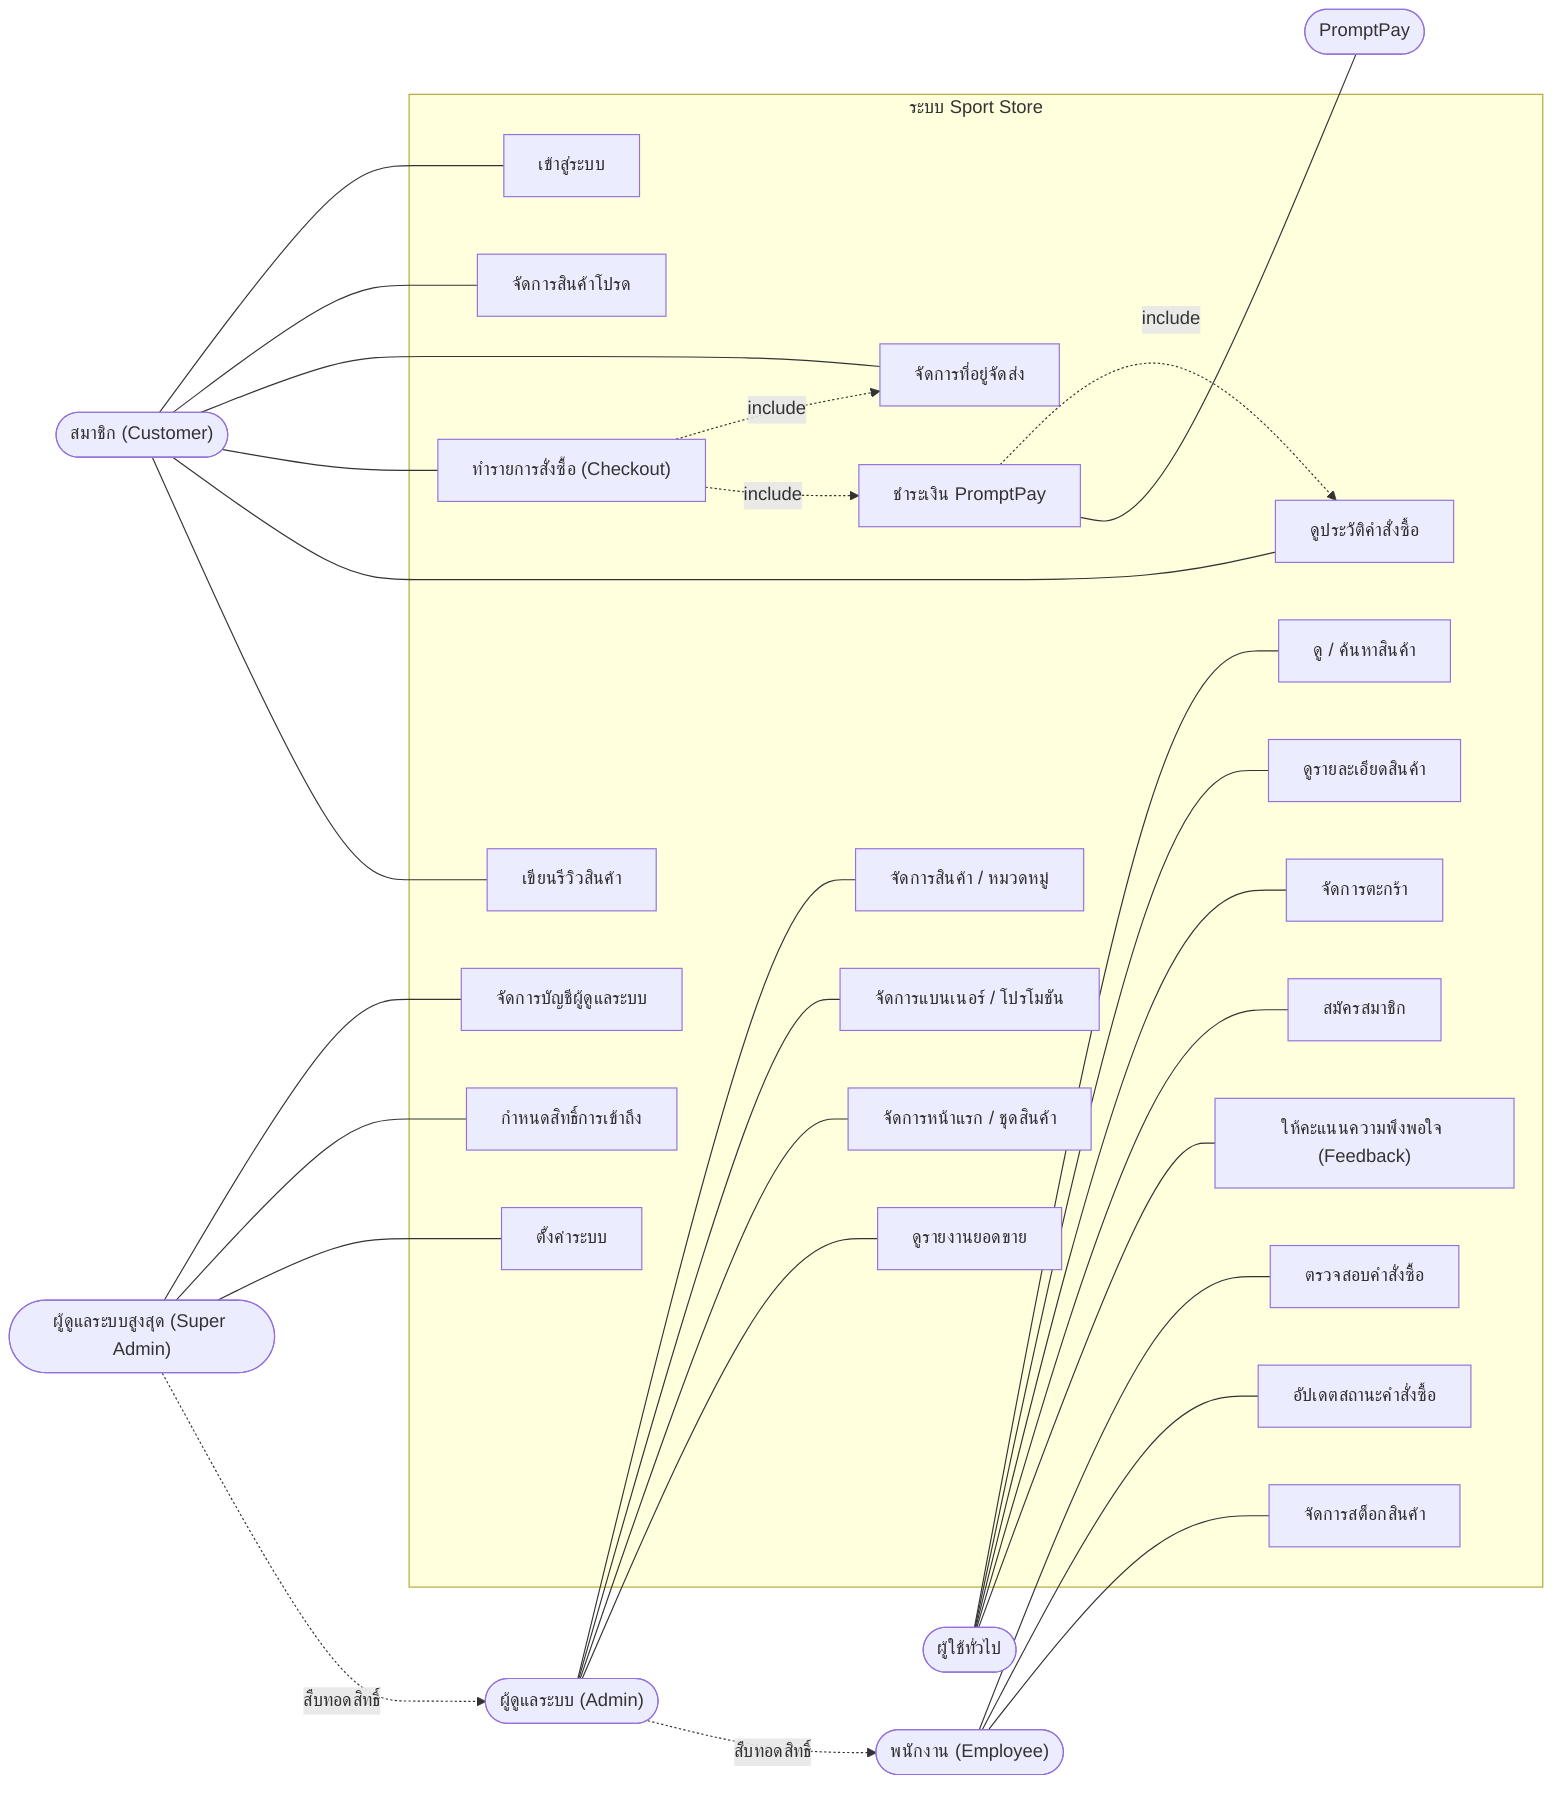
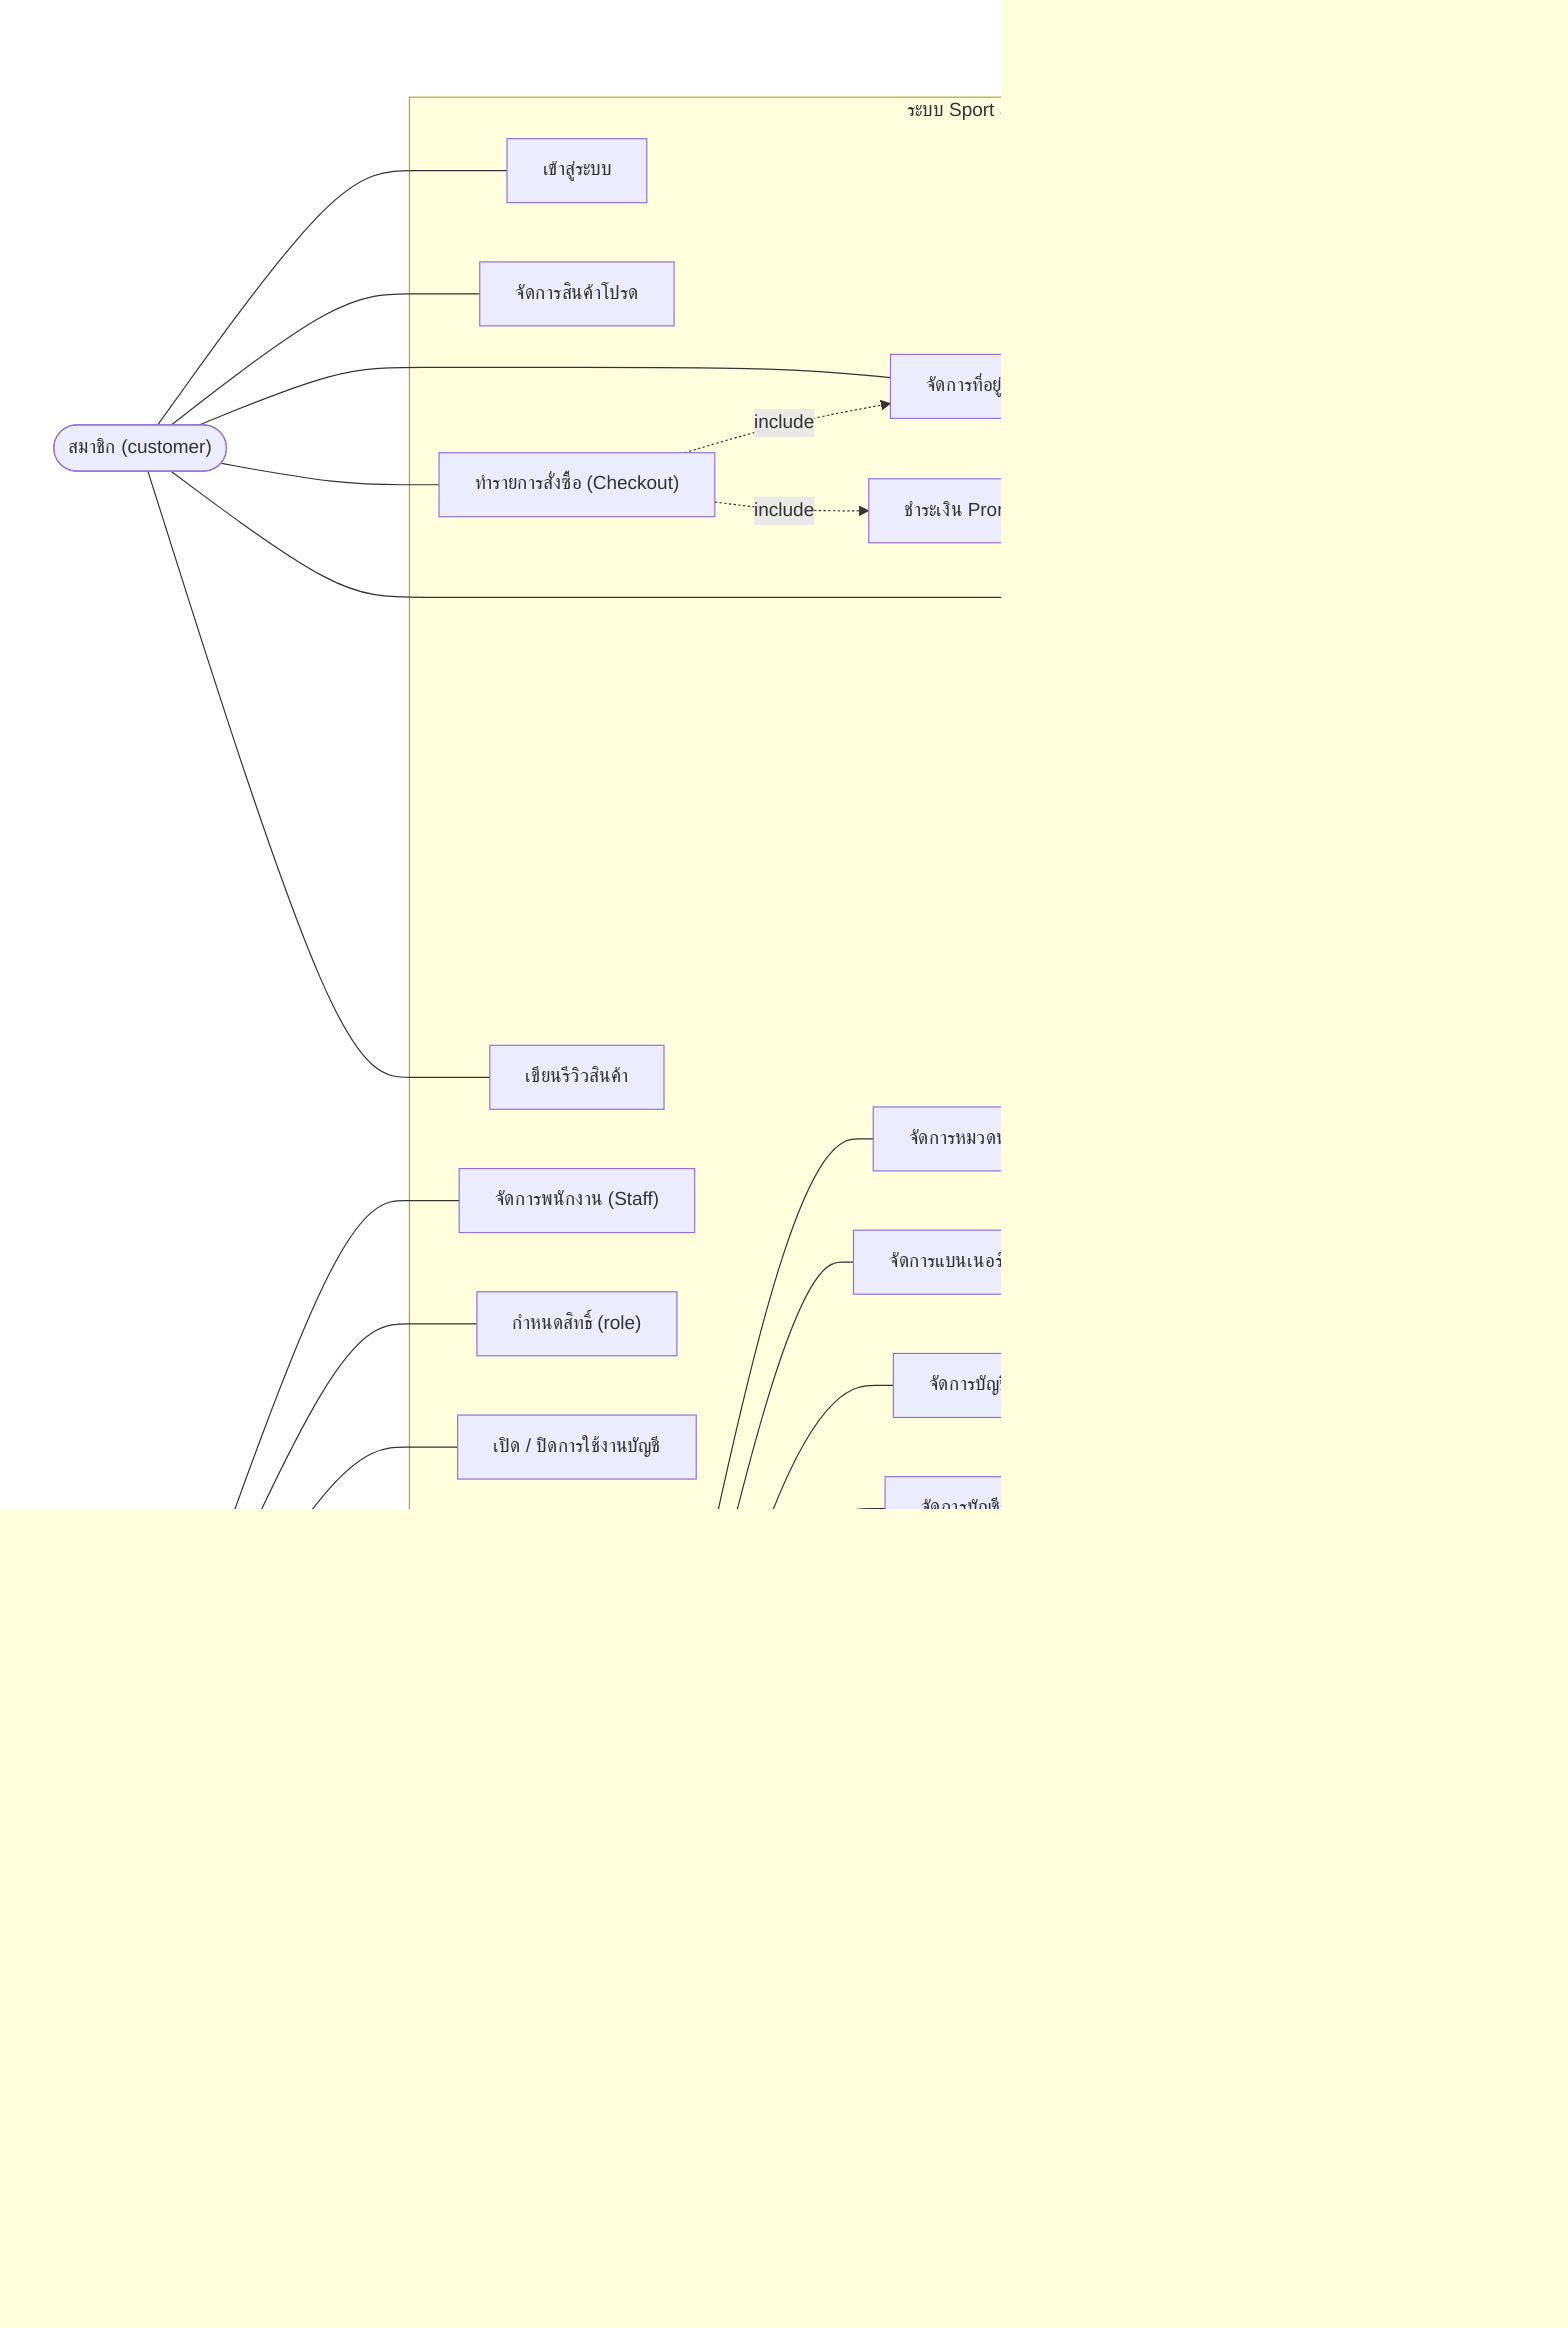
flowchart LR
    Guest(["ผู้ใช้ทั่วไป"])
-     Member(["สมาชิก (Customer)"])
-     Emp(["พนักงาน (Employee)"])
-     Admin(["ผู้ดูแลระบบ (Admin)"])
-     SAdmin(["ผู้ดูแลระบบสูงสุด (Super Admin)"])
+     Member(["สมาชิก (customer)"])
+     Reseller(["ตัวแทนจำหน่าย (reseller)"])
+     Manager(["ผู้จัดการ (manager)"])
+     SAdmin(["ผู้ดูแลระบบสูงสุด (superadmin)"])
    PP(["PromptPay"])

    subgraph SYS["ระบบ Sport Store"]
        UC1["ดู / ค้นหาสินค้า"]
        UC2["ดูรายละเอียดสินค้า"]
        UC3["จัดการตะกร้า"]
        UC4["สมัครสมาชิก"]
        UC5["เข้าสู่ระบบ"]
        UC6["จัดการสินค้าโปรด"]
        UC7["จัดการที่อยู่จัดส่ง"]
        UC8["ทำรายการสั่งซื้อ (Checkout)"]
        UC9["ชำระเงิน PromptPay"]
        UC10["ดูประวัติคำสั่งซื้อ"]
        UC11["เขียนรีวิวสินค้า"]
-         UC12["ตรวจสอบคำสั่งซื้อ"]
-         UC13["อัปเดตสถานะคำสั่งซื้อ"]
-         UC14["จัดการสต็อกสินค้า"]
-         UC15["จัดการสินค้า / หมวดหมู่"]
-         UC16["จัดการแบนเนอร์ / โปรโมชัน"]
-         UC17["จัดการหน้าแรก / ชุดสินค้า"]
-         UC18["ดูรายงานยอดขาย"]
-         UC19["จัดการบัญชีผู้ดูแลระบบ"]
-         UC20["กำหนดสิทธิ์การเข้าถึง"]
-         UC21["ตั้งค่าระบบ"]
-         UC22["ให้คะแนนความพึงพอใจ (Feedback)"]
+         UC12["ให้คะแนนความพึงพอใจ"]
+ 
+         UC13["จัดการสินค้า / สต็อก"]
+         UC14["จัดการโปรโมชัน / ชุดสินค้า"]
+         UC15["จัดการคุณลักษณะสินค้า"]
+         UC16["จัดการคำสั่งซื้อ / สถานะ"]
+         UC17["ตรวจสอบการชำระเงิน"]
+         UC18["ดูแดชบอร์ด / วิเคราะห์ยอดขาย"]
+         UC19["จัดการการแจ้งเตือน"]
+ 
+         UC20["จัดการหมวดหมู่สินค้า"]
+         UC21["จัดการแบนเนอร์ / หน้าแรก"]
+         UC22["จัดการบัญชีผู้ใช้"]
+         UC23["จัดการบัญชีรับเงิน"]
+ 
+         UC24["จัดการพนักงาน (Staff)"]
+         UC25["กำหนดสิทธิ์ (role)"]
+         UC26["เปิด / ปิดการใช้งานบัญชี"]
+         UC27["ดูสถิติระบบ"]
    end

    Guest --- UC1
    Guest --- UC2
    Guest --- UC3
    Guest --- UC4
-     Guest --- UC22
+     Guest --- UC12
    Member --- UC5
    Member --- UC6
    Member --- UC7
    Member --- UC8
    Member --- UC10
    Member --- UC11
    UC8 -. include .-> UC7
    UC8 -. include .-> UC9
    UC9 -. include .-> UC10
    UC9 --- PP

-     Emp --- UC12
-     Emp --- UC13
-     Emp --- UC14
-     Admin --- UC15
-     Admin --- UC16
-     Admin --- UC17
-     Admin --- UC18
-     SAdmin --- UC19
-     SAdmin --- UC20
-     SAdmin --- UC21
+     Reseller --- UC13
+     Reseller --- UC14
+     Reseller --- UC15
+     Reseller --- UC16
+     Reseller --- UC17
+     Reseller --- UC18
+     Reseller --- UC19

-     Admin -. สืบทอดสิทธิ์ .-> Emp
-     SAdmin -. สืบทอดสิทธิ์ .-> Admin
+     Manager --- UC20
+     Manager --- UC21
+     Manager --- UC22
+     Manager --- UC23
+ 
+     SAdmin --- UC24
+     SAdmin --- UC25
+     SAdmin --- UC26
+     SAdmin --- UC27
+ 
+     Manager -. สืบทอดสิทธิ์ .-> Reseller
+     SAdmin -. สืบทอดสิทธิ์ .-> Manager
